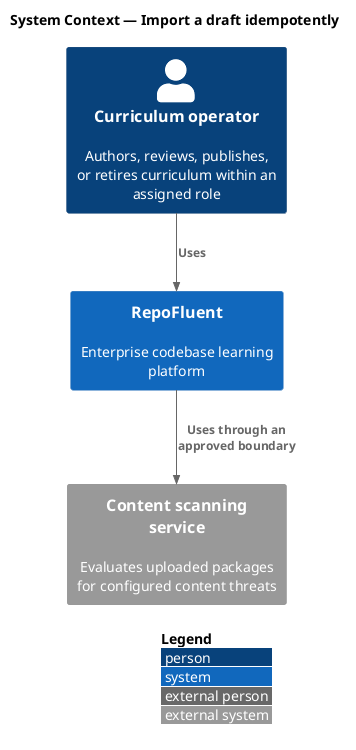
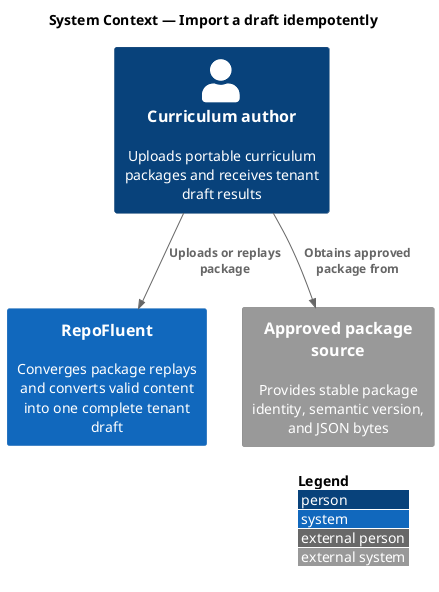
@startuml
!include <C4/C4_Context>
LAYOUT_WITH_LEGEND()
title System Context — Import a draft idempotently

- Person(actor, "Curriculum operator", "Authors, reviews, publishes, or retires curriculum within an assigned role")
- System(repofluent, "RepoFluent", "Enterprise codebase learning platform")
- System_Ext(dependency, "Content scanning service", "Evaluates uploaded packages for configured content threats")
+ Person(author, "Curriculum author", "Uploads portable curriculum packages and receives tenant draft results")
+ System(repofluent, "RepoFluent", "Converges package replays and converts valid content into one complete tenant draft")
+ System_Ext(source, "Approved package source", "Provides stable package identity, semantic version, and JSON bytes")

- Rel(actor, repofluent, "Uses")
- Rel(repofluent, dependency, "Uses through an approved boundary")
+ Rel(author, source, "Obtains approved package from")
+ Rel(author, repofluent, "Uploads or replays package")
@enduml
